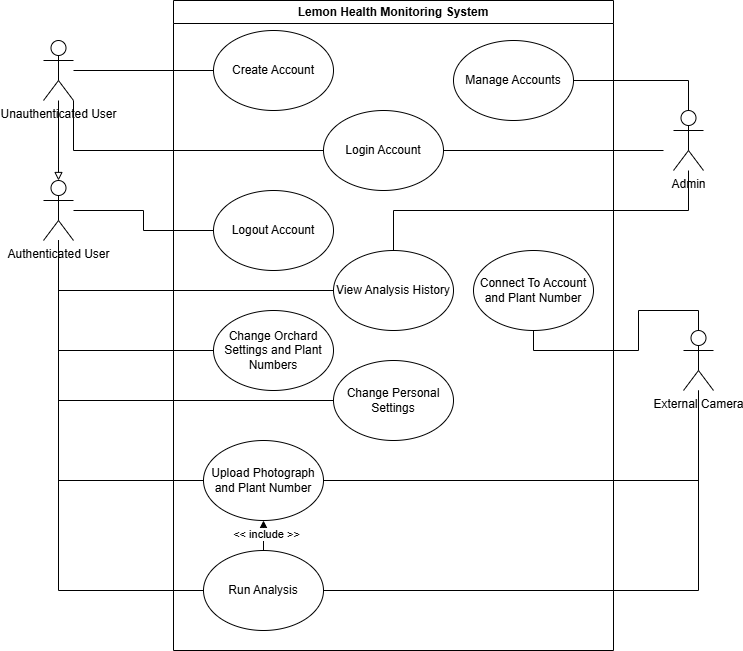
Before: Phase A/Diagrams/Lemon Cam Use Case.png, a diagram exported from draw.io (semaximche/Capstone-Project-Lemon-Health-Monitor). Source tidied: cells renumbered, new cells last; positions are measured from the earlier drawing's top-left corner, leaving out a move shared by most shapes. Source of this version:
```xml
<mxGraphModel>
  <root>
    <mxCell id="0" />
    <mxCell id="1" parent="0" />
    <mxCell id="2" value="Authenticated User&lt;div&gt;&lt;br&gt;&lt;/div&gt;" style="shape=umlActor;verticalLabelPosition=bottom;verticalAlign=top;html=1;outlineConnect=0;" parent="1" vertex="1">
      <mxGeometry y="180" width="30" height="60" as="geometry" />
    </mxCell>
    <mxCell id="3" style="edgeStyle=orthogonalEdgeStyle;rounded=0;jettySize=auto;html=1;exitX=0;exitY=0.5;exitDx=0;exitDy=0;endArrow=none;endFill=0;" parent="1" edge="1" source="19" target="24">
      <mxGeometry relative="1" as="geometry" />
    </mxCell>
    <mxCell id="4" style="edgeStyle=orthogonalEdgeStyle;rounded=0;jettySize=auto;html=1;exitX=0;exitY=0.5;exitDx=0;exitDy=0;endArrow=none;endFill=0;" parent="1" edge="1" source="8" target="2">
      <mxGeometry relative="1" as="geometry" />
    </mxCell>
    <mxCell id="5" style="edgeStyle=orthogonalEdgeStyle;rounded=0;jettySize=auto;html=1;exitX=1;exitY=0.5;exitDx=0;exitDy=0;endArrow=none;endFill=0;" parent="1" edge="1" source="8" target="6">
      <mxGeometry relative="1" as="geometry" />
    </mxCell>
    <mxCell id="6" value="External Camera" style="shape=umlActor;verticalLabelPosition=bottom;verticalAlign=top;html=1;outlineConnect=0;" parent="1" vertex="1">
      <mxGeometry x="640" y="330" width="30" height="60" as="geometry" />
    </mxCell>
    <mxCell id="7" value="Lemon Health Monitoring System" style="swimlane;whiteSpace=wrap;html=1;" parent="1" vertex="1">
      <mxGeometry x="130" width="440" height="650" as="geometry" />
    </mxCell>
    <mxCell id="8" value="Run Analysis" style="ellipse;whiteSpace=wrap;html=1;" parent="7" vertex="1">
      <mxGeometry x="30" y="550" width="120" height="80" as="geometry" />
    </mxCell>
    <mxCell id="9" value="Upload Photograph and Plant Number" style="ellipse;whiteSpace=wrap;html=1;" parent="7" vertex="1">
      <mxGeometry x="30" y="440" width="120" height="80" as="geometry" />
    </mxCell>
    <mxCell id="10" style="edgeStyle=orthogonalEdgeStyle;rounded=0;jettySize=auto;html=1;exitX=0.5;exitY=0;exitDx=0;exitDy=0;entryX=0.5;entryY=1;entryDx=0;entryDy=0;" parent="7" edge="1" source="8" target="9">
      <mxGeometry relative="1" as="geometry" />
    </mxCell>
    <mxCell id="11" value="&amp;lt;&amp;lt; include &amp;gt;&amp;gt;" style="edgeLabel;html=1;align=center;verticalAlign=middle;" parent="10" vertex="1">
      <mxGeometry x="0.13" y="-2" relative="1" as="geometry" />
    </mxCell>
    <mxCell id="12" style="edgeStyle=orthogonalEdgeStyle;rounded=0;jettySize=auto;html=1;exitX=1;exitY=0.5;exitDx=0;exitDy=0;endArrow=none;endFill=0;" parent="7" edge="1" source="13">
      <mxGeometry relative="1" as="geometry">
        <mxPoint x="490" y="150" as="targetPoint" />
      </mxGeometry>
    </mxCell>
    <mxCell id="13" value="Login Account" style="ellipse;whiteSpace=wrap;html=1;" parent="7" vertex="1">
      <mxGeometry x="150" y="110" width="120" height="80" as="geometry" />
    </mxCell>
    <mxCell id="14" value="Logout Account" style="ellipse;whiteSpace=wrap;html=1;" parent="7" vertex="1">
      <mxGeometry x="40" y="190" width="120" height="80" as="geometry" />
    </mxCell>
    <mxCell id="15" value="View Analysis History" style="ellipse;whiteSpace=wrap;html=1;" parent="7" vertex="1">
      <mxGeometry x="160" y="250" width="120" height="80" as="geometry" />
    </mxCell>
    <mxCell id="16" value="Connect To Account and Plant Number" style="ellipse;whiteSpace=wrap;html=1;" parent="7" vertex="1">
      <mxGeometry x="300" y="250" width="120" height="80" as="geometry" />
    </mxCell>
    <mxCell id="17" value="Change Orchard Settings and Plant Numbers" style="ellipse;whiteSpace=wrap;html=1;" parent="7" vertex="1">
      <mxGeometry x="40" y="310" width="120" height="80" as="geometry" />
    </mxCell>
    <mxCell id="18" value="Change Personal Settings" style="ellipse;whiteSpace=wrap;html=1;" parent="7" vertex="1">
      <mxGeometry x="160" y="360" width="120" height="80" as="geometry" />
    </mxCell>
    <mxCell id="19" value="Create Account" style="ellipse;whiteSpace=wrap;html=1;" parent="7" vertex="1">
      <mxGeometry x="40" y="30" width="120" height="80" as="geometry" />
    </mxCell>
    <mxCell id="20" value="Manage Accounts" style="ellipse;whiteSpace=wrap;html=1;" parent="7" vertex="1">
      <mxGeometry x="280" y="40" width="120" height="80" as="geometry" />
    </mxCell>
    <mxCell id="21" style="edgeStyle=orthogonalEdgeStyle;rounded=0;jettySize=auto;html=1;exitX=0;exitY=0.5;exitDx=0;exitDy=0;endArrow=none;endFill=0;" parent="1" edge="1" source="9" target="2">
      <mxGeometry relative="1" as="geometry" />
    </mxCell>
    <mxCell id="22" style="edgeStyle=orthogonalEdgeStyle;rounded=0;jettySize=auto;html=1;exitX=1;exitY=0.5;exitDx=0;exitDy=0;endArrow=none;endFill=0;" parent="1" edge="1" source="9" target="6">
      <mxGeometry relative="1" as="geometry" />
    </mxCell>
    <mxCell id="23" style="edgeStyle=orthogonalEdgeStyle;rounded=0;jettySize=auto;html=1;exitX=1;exitY=1;exitDx=0;exitDy=0;exitPerimeter=0;entryX=0;entryY=0.5;entryDx=0;entryDy=0;endArrow=none;endFill=0;" parent="1" edge="1" source="24" target="13">
      <mxGeometry relative="1" as="geometry" />
    </mxCell>
    <mxCell id="24" value="Unauthenticated User" style="shape=umlActor;verticalLabelPosition=bottom;verticalAlign=top;html=1;outlineConnect=0;" parent="1" vertex="1">
      <mxGeometry y="40" width="30" height="60" as="geometry" />
    </mxCell>
    <mxCell id="25" style="edgeStyle=orthogonalEdgeStyle;rounded=0;jettySize=auto;html=1;exitX=0;exitY=0.5;exitDx=0;exitDy=0;endArrow=none;endFill=0;" parent="1" edge="1" source="14" target="2">
      <mxGeometry relative="1" as="geometry" />
    </mxCell>
    <mxCell id="26" style="edgeStyle=orthogonalEdgeStyle;rounded=0;jettySize=auto;html=1;exitX=0;exitY=0.5;exitDx=0;exitDy=0;endArrow=none;endFill=0;" parent="1" edge="1" source="15" target="2">
      <mxGeometry relative="1" as="geometry" />
    </mxCell>
    <mxCell id="27" style="edgeStyle=orthogonalEdgeStyle;rounded=0;jettySize=auto;html=1;exitX=0.5;exitY=1;exitDx=0;exitDy=0;entryX=0.5;entryY=0;entryDx=0;entryDy=0;entryPerimeter=0;endArrow=none;endFill=0;" parent="1" edge="1" source="16" target="6">
      <mxGeometry relative="1" as="geometry" />
    </mxCell>
    <mxCell id="28" style="edgeStyle=orthogonalEdgeStyle;rounded=0;jettySize=auto;html=1;exitX=0;exitY=0.5;exitDx=0;exitDy=0;endArrow=none;endFill=0;" parent="1" edge="1" source="17" target="2">
      <mxGeometry relative="1" as="geometry" />
    </mxCell>
    <mxCell id="29" style="edgeStyle=orthogonalEdgeStyle;rounded=0;jettySize=auto;html=1;exitX=0;exitY=0.5;exitDx=0;exitDy=0;endArrow=none;endFill=0;" parent="1" edge="1" source="18" target="2">
      <mxGeometry relative="1" as="geometry" />
    </mxCell>
    <mxCell id="30" value="Admin" style="shape=umlActor;verticalLabelPosition=bottom;verticalAlign=top;html=1;outlineConnect=0;" parent="1" vertex="1">
      <mxGeometry x="630" y="110" width="30" height="60" as="geometry" />
    </mxCell>
    <mxCell id="31" style="edgeStyle=orthogonalEdgeStyle;rounded=0;jettySize=auto;html=1;exitX=0.5;exitY=0;exitDx=0;exitDy=0;endArrow=none;endFill=0;" parent="1" edge="1" source="15" target="30">
      <mxGeometry relative="1" as="geometry" />
    </mxCell>
    <mxCell id="32" style="edgeStyle=orthogonalEdgeStyle;rounded=0;jettySize=auto;html=1;exitX=1;exitY=0.5;exitDx=0;exitDy=0;entryX=0.5;entryY=0;entryDx=0;entryDy=0;entryPerimeter=0;endArrow=none;endFill=0;" parent="1" edge="1" source="20" target="30">
      <mxGeometry relative="1" as="geometry" />
    </mxCell>
    <mxCell id="33" style="edgeStyle=orthogonalEdgeStyle;rounded=0;jettySize=auto;html=1;entryX=0.5;entryY=0;entryDx=0;entryDy=0;entryPerimeter=0;strokeWidth=1;endArrow=block;endFill=0;" parent="1" edge="1" source="24" target="2">
      <mxGeometry relative="1" as="geometry" />
    </mxCell>
  </root>
</mxGraphModel>
```
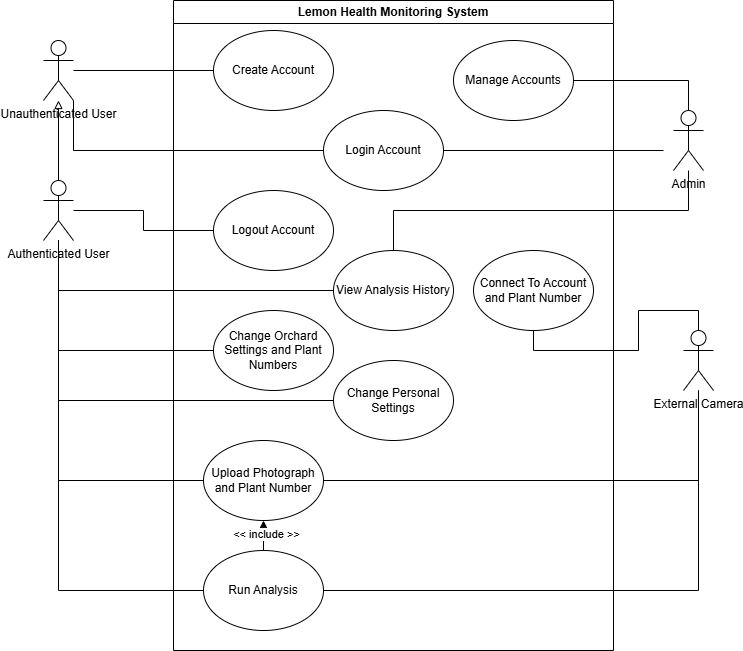
Above is the later version.

Diff of the diagram source:
```diff
@@ -97,8 +97,8 @@
     <mxCell id="32" style="edgeStyle=orthogonalEdgeStyle;rounded=0;jettySize=auto;html=1;exitX=1;exitY=0.5;exitDx=0;exitDy=0;entryX=0.5;entryY=0;entryDx=0;entryDy=0;entryPerimeter=0;endArrow=none;endFill=0;" parent="1" edge="1" source="20" target="30">
       <mxGeometry relative="1" as="geometry" />
     </mxCell>
-    <mxCell id="33" style="edgeStyle=orthogonalEdgeStyle;rounded=0;jettySize=auto;html=1;entryX=0.5;entryY=0;entryDx=0;entryDy=0;entryPerimeter=0;strokeWidth=1;endArrow=block;endFill=0;" parent="1" edge="1" source="24" target="2">
-      <mxGeometry relative="1" as="geometry" />
-    </mxCell>
+    <mxCell id="34" style="endArrow=block;html=1;rounded=0;endFill=0;exitX=0.5;exitY=0;exitDx=0;exitDy=0;exitPerimeter=0;" parent="1" edge="1" source="2" target="24">
+      <mxGeometry relative="1" as="geometry" />
+    </mxCell>
   </root>
 </mxGraphModel>
```
